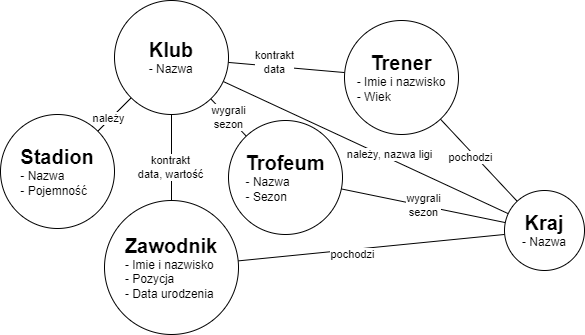
Earlier version of the draw.io export schemat.png (albertmazur/scraper_club). Source tidied: cells renumbered, new cells last; positions are measured from the earlier drawing's top-left corner, leaving out a move shared by most shapes.
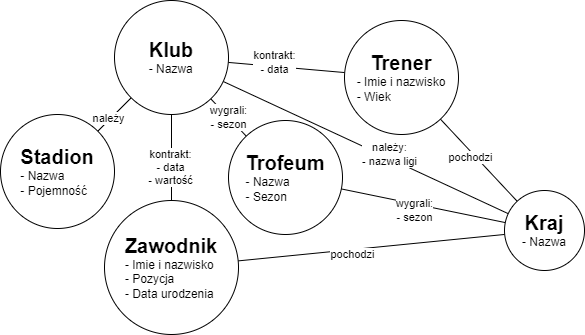
Above is the later version.

Commit message:
Poprawki schematu i dokumentacji

Diff of the diagram source:
```diff
@@ -5,16 +5,16 @@
     <mxCell id="2" style="endArrow=none;html=1;rounded=0;" parent="1" edge="1" source="21" target="20">
       <mxGeometry relative="1" as="geometry" />
     </mxCell>
-    <mxCell id="3" value="kontrakt&lt;br&gt;data" style="edgeLabel;html=1;align=center;verticalAlign=middle;" parent="2" vertex="1">
+    <mxCell id="3" value="kontrakt:&lt;br&gt;- data" style="edgeLabel;html=1;align=center;verticalAlign=middle;" parent="2" vertex="1">
       <mxGeometry x="-0.2" y="4" relative="1" as="geometry" />
     </mxCell>
     <mxCell id="4" style="endArrow=none;html=1;rounded=0;" parent="1" edge="1" source="21" target="16">
       <mxGeometry relative="1" as="geometry" />
     </mxCell>
-    <mxCell id="5" value="kontrakt&lt;br&gt;data, wartość" style="edgeLabel;html=1;align=center;verticalAlign=middle;" parent="4" vertex="1">
+    <mxCell id="5" value="kontrakt:&lt;br&gt;- data&lt;br&gt;- wartość" style="edgeLabel;html=1;align=center;verticalAlign=middle;" parent="4" vertex="1">
       <mxGeometry x="0.2" y="-2" relative="1" as="geometry" />
     </mxCell>
-    <mxCell id="6" value="wygrali&lt;br&gt;sezon" style="endArrow=none;html=1;rounded=0;" parent="1" edge="1" source="18" target="21">
+    <mxCell id="6" value="wygrali:&lt;br&gt;- sezon" style="endArrow=none;html=1;rounded=0;" parent="1" edge="1" source="18" target="21">
       <mxGeometry relative="1" as="geometry" />
     </mxCell>
     <mxCell id="7" style="endArrow=none;html=1;rounded=0;" parent="1" edge="1" source="17" target="21">
@@ -26,7 +26,7 @@
     <mxCell id="9" style="endArrow=none;html=1;rounded=0;" parent="1" edge="1" source="19" target="21">
       <mxGeometry relative="1" as="geometry" />
     </mxCell>
-    <mxCell id="10" value="należy, nazwa ligi" style="edgeLabel;html=1;align=center;verticalAlign=middle;" parent="9" vertex="1">
+    <mxCell id="10" value="należy:&lt;br&gt;- nazwa ligi" style="edgeLabel;html=1;align=center;verticalAlign=middle;" parent="9" vertex="1">
       <mxGeometry x="-0.15" y="-4" relative="1" as="geometry" />
     </mxCell>
     <mxCell id="11" style="endArrow=none;html=1;rounded=0;" parent="1" edge="1" source="16" target="19">
@@ -41,8 +41,8 @@
     <mxCell id="14" value="pochodzi" style="edgeLabel;html=1;align=center;verticalAlign=middle;" parent="13" vertex="1">
       <mxGeometry x="-0.15" y="-4" relative="1" as="geometry" />
     </mxCell>
-    <mxCell id="15" value="wygrali&lt;br&gt;sezon" style="endArrow=none;html=1;rounded=0;" parent="1" edge="1" source="19" target="18">
-      <mxGeometry relative="1" as="geometry" />
+    <mxCell id="15" value="wygrali:&lt;br&gt;- sezon" style="endArrow=none;html=1;rounded=0;" parent="1" edge="1" source="19" target="18">
+      <mxGeometry x="0.09" y="6" relative="1" as="geometry" />
     </mxCell>
     <mxCell id="16" value="&lt;b&gt;&lt;font style=&quot;font-size: 20px;&quot;&gt;Zawodnik&lt;/font&gt;&lt;/b&gt;&lt;br&gt;&lt;div style=&quot;text-align: left;&quot;&gt;&lt;span style=&quot;background-color: initial;&quot;&gt;- Imie i nazwisko&lt;/span&gt;&lt;/div&gt;&lt;div style=&quot;text-align: left;&quot;&gt;&lt;span style=&quot;background-color: initial;&quot;&gt;- Pozycja&lt;/span&gt;&lt;/div&gt;&lt;div style=&quot;text-align: left;&quot;&gt;&lt;span style=&quot;background-color: initial;&quot;&gt;- Data urodzenia&lt;/span&gt;&lt;/div&gt;" style="ellipse;whiteSpace=wrap;html=1;align=center;" parent="1" vertex="1">
       <mxGeometry x="104" y="200" width="134" height="134" as="geometry" />
```
